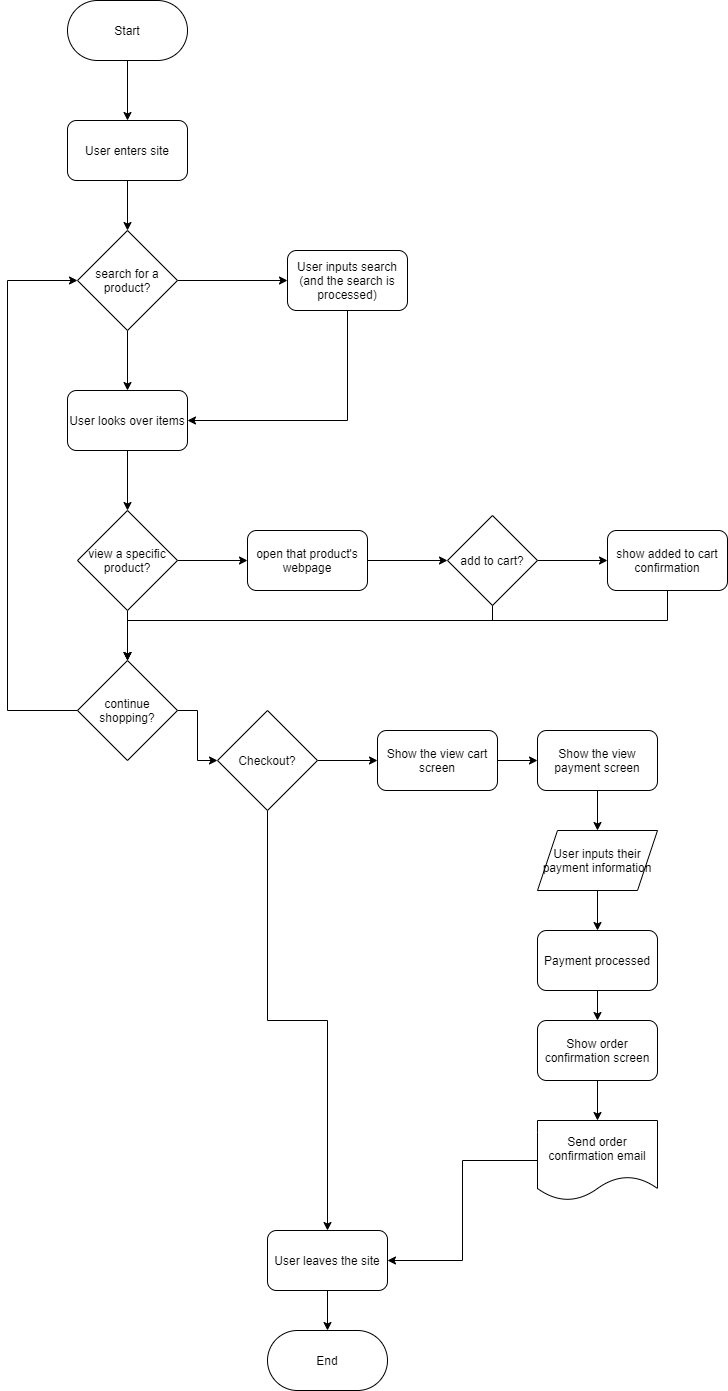
Before: explore/diagramming/diagram.drawio.png, a diagram exported from draw.io (ArturoAmaya/fa21-cse110-lab4). Source tidied: cells renumbered, new cells last; positions are measured from the earlier drawing's top-left corner, leaving out a move shared by most shapes. The source it was exported from:
```xml
<mxGraphModel>
  <root>
    <mxCell id="0" />
    <mxCell id="1" parent="0" />
    <mxCell id="2" style="edgeStyle=orthogonalEdgeStyle;rounded=0;jettySize=auto;html=1;" parent="1" edge="1" source="3" target="5">
      <mxGeometry relative="1" as="geometry" />
    </mxCell>
    <mxCell id="3" value="Start" style="rounded=1;whiteSpace=wrap;html=1;arcSize=50;" parent="1" vertex="1">
      <mxGeometry x="60" width="120" height="60" as="geometry" />
    </mxCell>
    <mxCell id="4" style="edgeStyle=orthogonalEdgeStyle;rounded=0;jettySize=auto;html=1;entryX=0.5;entryY=0;entryDx=0;entryDy=0;" parent="1" edge="1" source="5" target="8">
      <mxGeometry relative="1" as="geometry" />
    </mxCell>
    <mxCell id="5" value="User enters site" style="rounded=1;whiteSpace=wrap;html=1;" parent="1" vertex="1">
      <mxGeometry x="60" y="120" width="120" height="60" as="geometry" />
    </mxCell>
    <mxCell id="6" style="edgeStyle=orthogonalEdgeStyle;rounded=0;jettySize=auto;html=1;exitX=1;exitY=0.5;exitDx=0;exitDy=0;entryX=0;entryY=0.5;entryDx=0;entryDy=0;" parent="1" edge="1" source="8" target="10">
      <mxGeometry relative="1" as="geometry" />
    </mxCell>
    <mxCell id="7" style="edgeStyle=orthogonalEdgeStyle;rounded=0;jettySize=auto;html=1;exitX=0.5;exitY=1;exitDx=0;exitDy=0;entryX=0.5;entryY=0;entryDx=0;entryDy=0;" parent="1" edge="1" source="8" target="12">
      <mxGeometry relative="1" as="geometry" />
    </mxCell>
    <mxCell id="8" value="search for a product?" style="rhombus;whiteSpace=wrap;html=1;" parent="1" vertex="1">
      <mxGeometry x="70" y="230" width="100" height="100" as="geometry" />
    </mxCell>
    <mxCell id="9" style="edgeStyle=orthogonalEdgeStyle;rounded=0;jettySize=auto;html=1;exitX=0.5;exitY=1;exitDx=0;exitDy=0;entryX=1;entryY=0.5;entryDx=0;entryDy=0;" parent="1" edge="1" source="10" target="12">
      <mxGeometry relative="1" as="geometry" />
    </mxCell>
    <mxCell id="10" value="User inputs search&lt;br&gt;(and the search is processed)" style="rounded=1;whiteSpace=wrap;html=1;" parent="1" vertex="1">
      <mxGeometry x="280" y="250" width="120" height="60" as="geometry" />
    </mxCell>
    <mxCell id="11" style="edgeStyle=orthogonalEdgeStyle;rounded=0;jettySize=auto;html=1;entryX=0.5;entryY=0;entryDx=0;entryDy=0;" parent="1" edge="1" source="12" target="15">
      <mxGeometry relative="1" as="geometry" />
    </mxCell>
    <mxCell id="12" value="User looks over items" style="rounded=1;whiteSpace=wrap;html=1;" parent="1" vertex="1">
      <mxGeometry x="60" y="390" width="120" height="60" as="geometry" />
    </mxCell>
    <mxCell id="13" style="edgeStyle=orthogonalEdgeStyle;rounded=0;jettySize=auto;html=1;entryX=0;entryY=0.5;entryDx=0;entryDy=0;" parent="1" edge="1" source="15" target="17">
      <mxGeometry relative="1" as="geometry" />
    </mxCell>
    <mxCell id="14" style="edgeStyle=orthogonalEdgeStyle;rounded=0;jettySize=auto;html=1;entryX=0.5;entryY=0;entryDx=0;entryDy=0;" parent="1" edge="1" source="15" target="25">
      <mxGeometry relative="1" as="geometry" />
    </mxCell>
    <mxCell id="15" value="view a specific product?" style="rhombus;whiteSpace=wrap;html=1;rounded=0;" parent="1" vertex="1">
      <mxGeometry x="70" y="510" width="100" height="100" as="geometry" />
    </mxCell>
    <mxCell id="16" style="edgeStyle=orthogonalEdgeStyle;rounded=0;jettySize=auto;html=1;entryX=0;entryY=0.5;entryDx=0;entryDy=0;" parent="1" edge="1" source="17" target="20">
      <mxGeometry relative="1" as="geometry" />
    </mxCell>
    <mxCell id="17" value="open that product's webpage" style="rounded=1;whiteSpace=wrap;html=1;" parent="1" vertex="1">
      <mxGeometry x="240" y="530" width="120" height="60" as="geometry" />
    </mxCell>
    <mxCell id="18" style="edgeStyle=orthogonalEdgeStyle;rounded=0;jettySize=auto;html=1;exitX=1;exitY=0.5;exitDx=0;exitDy=0;entryX=0;entryY=0.5;entryDx=0;entryDy=0;" parent="1" edge="1" source="20" target="22">
      <mxGeometry relative="1" as="geometry" />
    </mxCell>
    <mxCell id="19" style="edgeStyle=orthogonalEdgeStyle;rounded=0;jettySize=auto;html=1;entryX=0.5;entryY=0;entryDx=0;entryDy=0;" parent="1" edge="1" source="20" target="25">
      <mxGeometry relative="1" as="geometry">
        <Array as="points">
          <mxPoint x="485" y="620" />
          <mxPoint x="120" y="620" />
        </Array>
      </mxGeometry>
    </mxCell>
    <mxCell id="20" value="add to cart?" style="rhombus;whiteSpace=wrap;html=1;rounded=0;" parent="1" vertex="1">
      <mxGeometry x="440" y="515" width="90" height="90" as="geometry" />
    </mxCell>
    <mxCell id="21" style="edgeStyle=orthogonalEdgeStyle;rounded=0;jettySize=auto;html=1;entryX=0.5;entryY=0;entryDx=0;entryDy=0;" parent="1" edge="1" source="22" target="25">
      <mxGeometry relative="1" as="geometry">
        <Array as="points">
          <mxPoint x="660" y="620" />
          <mxPoint x="120" y="620" />
        </Array>
      </mxGeometry>
    </mxCell>
    <mxCell id="22" value="show added to cart confirmation" style="rounded=1;whiteSpace=wrap;html=1;" parent="1" vertex="1">
      <mxGeometry x="600" y="530" width="120" height="60" as="geometry" />
    </mxCell>
    <mxCell id="23" style="edgeStyle=orthogonalEdgeStyle;rounded=0;jettySize=auto;html=1;exitX=0;exitY=0.5;exitDx=0;exitDy=0;entryX=0;entryY=0.5;entryDx=0;entryDy=0;" parent="1" edge="1" source="25" target="8">
      <mxGeometry relative="1" as="geometry">
        <Array as="points">
          <mxPoint y="710" />
          <mxPoint y="280" />
        </Array>
      </mxGeometry>
    </mxCell>
    <mxCell id="24" style="edgeStyle=orthogonalEdgeStyle;rounded=0;jettySize=auto;html=1;entryX=0;entryY=0.5;entryDx=0;entryDy=0;" parent="1" edge="1" source="25" target="28">
      <mxGeometry relative="1" as="geometry" />
    </mxCell>
    <mxCell id="25" value="continue shopping?" style="rhombus;whiteSpace=wrap;html=1;rounded=0;" parent="1" vertex="1">
      <mxGeometry x="70" y="660" width="100" height="100" as="geometry" />
    </mxCell>
    <mxCell id="26" style="edgeStyle=orthogonalEdgeStyle;rounded=0;jettySize=auto;html=1;entryX=0;entryY=0.5;entryDx=0;entryDy=0;" parent="1" edge="1" source="28" target="30">
      <mxGeometry relative="1" as="geometry" />
    </mxCell>
    <mxCell id="27" style="edgeStyle=orthogonalEdgeStyle;rounded=0;jettySize=auto;html=1;entryX=0.5;entryY=0;entryDx=0;entryDy=0;" parent="1" edge="1" source="28" target="42">
      <mxGeometry relative="1" as="geometry" />
    </mxCell>
    <mxCell id="28" value="Checkout?" style="rhombus;whiteSpace=wrap;html=1;rounded=0;" parent="1" vertex="1">
      <mxGeometry x="210" y="710" width="100" height="100" as="geometry" />
    </mxCell>
    <mxCell id="29" style="edgeStyle=orthogonalEdgeStyle;rounded=0;jettySize=auto;html=1;" parent="1" edge="1" source="30" target="32">
      <mxGeometry relative="1" as="geometry" />
    </mxCell>
    <mxCell id="30" value="Show the view cart screen" style="rounded=1;whiteSpace=wrap;html=1;" parent="1" vertex="1">
      <mxGeometry x="370" y="730" width="120" height="60" as="geometry" />
    </mxCell>
    <mxCell id="31" style="edgeStyle=orthogonalEdgeStyle;rounded=0;jettySize=auto;html=1;" parent="1" edge="1" source="32" target="34">
      <mxGeometry relative="1" as="geometry" />
    </mxCell>
    <mxCell id="32" value="Show the view payment screen" style="rounded=1;whiteSpace=wrap;html=1;" parent="1" vertex="1">
      <mxGeometry x="530" y="730" width="120" height="60" as="geometry" />
    </mxCell>
    <mxCell id="33" style="edgeStyle=orthogonalEdgeStyle;rounded=0;jettySize=auto;html=1;" parent="1" edge="1" source="34" target="36">
      <mxGeometry relative="1" as="geometry" />
    </mxCell>
    <mxCell id="34" value="User inputs their payment information" style="shape=parallelogram;perimeter=parallelogramPerimeter;whiteSpace=wrap;html=1;fixedSize=1;rounded=0;" parent="1" vertex="1">
      <mxGeometry x="530" y="830" width="120" height="60" as="geometry" />
    </mxCell>
    <mxCell id="35" style="edgeStyle=orthogonalEdgeStyle;rounded=0;jettySize=auto;html=1;" parent="1" edge="1" source="36" target="38">
      <mxGeometry relative="1" as="geometry" />
    </mxCell>
    <mxCell id="36" value="Payment processed" style="rounded=1;whiteSpace=wrap;html=1;" parent="1" vertex="1">
      <mxGeometry x="530" y="930" width="120" height="60" as="geometry" />
    </mxCell>
    <mxCell id="37" style="edgeStyle=orthogonalEdgeStyle;rounded=0;jettySize=auto;html=1;entryX=0.5;entryY=0;entryDx=0;entryDy=0;" parent="1" edge="1" source="38" target="40">
      <mxGeometry relative="1" as="geometry" />
    </mxCell>
    <mxCell id="38" value="Show order confirmation screen" style="rounded=1;whiteSpace=wrap;html=1;" parent="1" vertex="1">
      <mxGeometry x="530" y="1020" width="120" height="60" as="geometry" />
    </mxCell>
    <mxCell id="39" style="edgeStyle=orthogonalEdgeStyle;rounded=0;jettySize=auto;html=1;entryX=1;entryY=0.5;entryDx=0;entryDy=0;" parent="1" edge="1" source="40" target="42">
      <mxGeometry relative="1" as="geometry" />
    </mxCell>
    <mxCell id="40" value="Send order confirmation email" style="shape=document;whiteSpace=wrap;html=1;boundedLbl=1;rounded=0;" parent="1" vertex="1">
      <mxGeometry x="530" y="1120" width="120" height="80" as="geometry" />
    </mxCell>
    <mxCell id="41" style="edgeStyle=orthogonalEdgeStyle;rounded=0;jettySize=auto;html=1;" parent="1" edge="1" source="42" target="43">
      <mxGeometry relative="1" as="geometry" />
    </mxCell>
    <mxCell id="42" value="User leaves the site" style="rounded=1;whiteSpace=wrap;html=1;" parent="1" vertex="1">
      <mxGeometry x="260" y="1230" width="120" height="60" as="geometry" />
    </mxCell>
    <mxCell id="43" value="End" style="rounded=1;whiteSpace=wrap;html=1;arcSize=50;" parent="1" vertex="1">
      <mxGeometry x="260" y="1330" width="120" height="60" as="geometry" />
    </mxCell>
  </root>
</mxGraphModel>
```
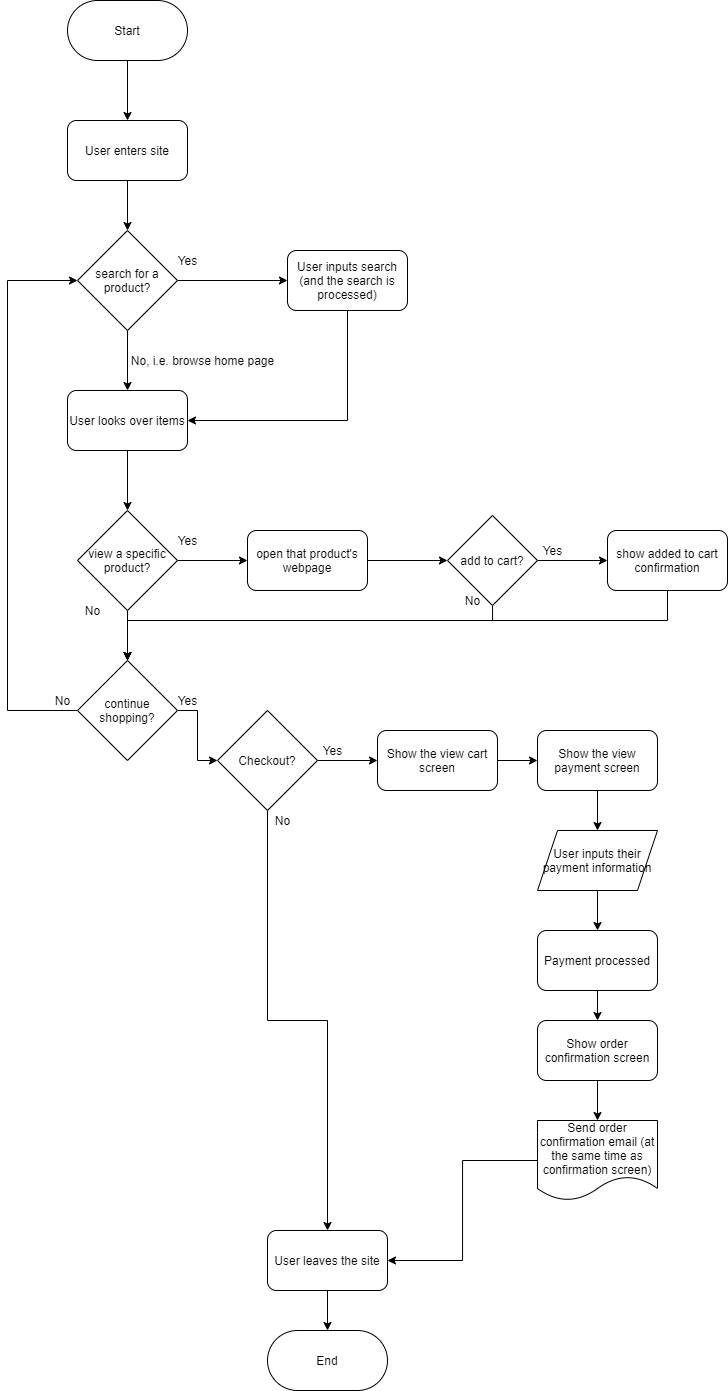
The same diagram one commit later.

Commit message:
added Yes and Nos to flowchart

The edit, as a diff of the source:
```diff
@@ -131,7 +131,7 @@
     <mxCell id="39" style="edgeStyle=orthogonalEdgeStyle;rounded=0;jettySize=auto;html=1;entryX=1;entryY=0.5;entryDx=0;entryDy=0;" parent="1" edge="1" source="40" target="42">
       <mxGeometry relative="1" as="geometry" />
     </mxCell>
-    <mxCell id="40" value="Send order confirmation email" style="shape=document;whiteSpace=wrap;html=1;boundedLbl=1;rounded=0;" parent="1" vertex="1">
+    <mxCell id="40" value="Send order confirmation email (at the same time as confirmation screen)" style="shape=document;whiteSpace=wrap;html=1;boundedLbl=1;rounded=0;" parent="1" vertex="1">
       <mxGeometry x="530" y="1120" width="120" height="80" as="geometry" />
     </mxCell>
     <mxCell id="41" style="edgeStyle=orthogonalEdgeStyle;rounded=0;jettySize=auto;html=1;" parent="1" edge="1" source="42" target="43">
@@ -143,5 +143,35 @@
     <mxCell id="43" value="End" style="rounded=1;whiteSpace=wrap;html=1;arcSize=50;" parent="1" vertex="1">
       <mxGeometry x="260" y="1330" width="120" height="60" as="geometry" />
     </mxCell>
+    <mxCell id="44" value="Yes" style="text;html=1;align=center;verticalAlign=middle;strokeColor=none;" parent="1" vertex="1">
+      <mxGeometry x="165" y="250" width="30" height="20" as="geometry" />
+    </mxCell>
+    <mxCell id="45" value="No, i.e. browse home page" style="text;html=1;align=center;verticalAlign=middle;strokeColor=none;" parent="1" vertex="1">
+      <mxGeometry x="115" y="350" width="160" height="20" as="geometry" />
+    </mxCell>
+    <mxCell id="46" value="Yes" style="text;html=1;align=center;verticalAlign=middle;strokeColor=none;" parent="1" vertex="1">
+      <mxGeometry x="165" y="530" width="30" height="20" as="geometry" />
+    </mxCell>
+    <mxCell id="47" value="No" style="text;html=1;align=center;verticalAlign=middle;strokeColor=none;" parent="1" vertex="1">
+      <mxGeometry x="70" y="600" width="30" height="20" as="geometry" />
+    </mxCell>
+    <mxCell id="48" value="No" style="text;html=1;align=center;verticalAlign=middle;strokeColor=none;" parent="1" vertex="1">
+      <mxGeometry x="40" y="690" width="30" height="20" as="geometry" />
+    </mxCell>
+    <mxCell id="49" value="Yes" style="text;html=1;align=center;verticalAlign=middle;strokeColor=none;" parent="1" vertex="1">
+      <mxGeometry x="165" y="690" width="30" height="20" as="geometry" />
+    </mxCell>
+    <mxCell id="50" value="Yes" style="text;html=1;align=center;verticalAlign=middle;strokeColor=none;" parent="1" vertex="1">
+      <mxGeometry x="530" y="540" width="30" height="20" as="geometry" />
+    </mxCell>
+    <mxCell id="51" value="No" style="text;html=1;align=center;verticalAlign=middle;strokeColor=none;" parent="1" vertex="1">
+      <mxGeometry x="450" y="590" width="30" height="20" as="geometry" />
+    </mxCell>
+    <mxCell id="52" value="Yes" style="text;html=1;align=center;verticalAlign=middle;strokeColor=none;" parent="1" vertex="1">
+      <mxGeometry x="310" y="740" width="30" height="20" as="geometry" />
+    </mxCell>
+    <mxCell id="53" value="No" style="text;html=1;align=center;verticalAlign=middle;strokeColor=none;" parent="1" vertex="1">
+      <mxGeometry x="260" y="810" width="30" height="20" as="geometry" />
+    </mxCell>
   </root>
 </mxGraphModel>
```
